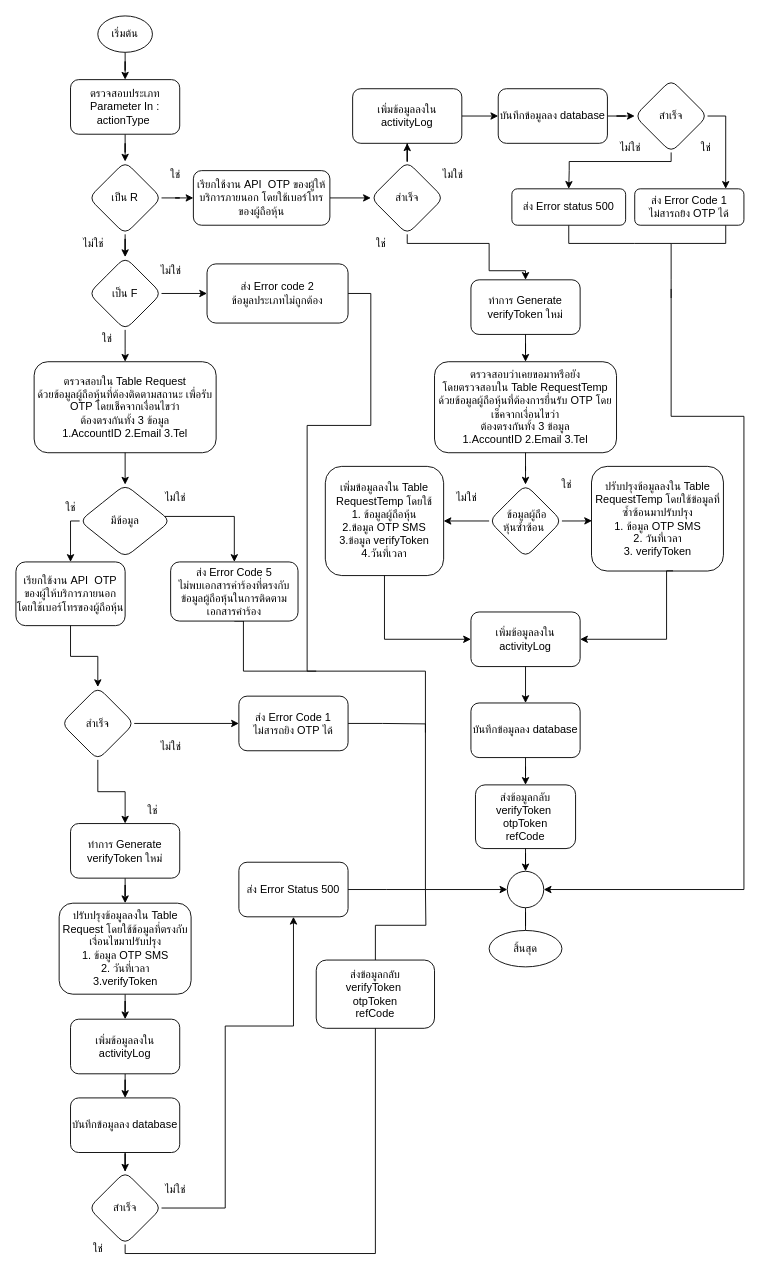
Earlier version of the draw.io diagram RequestOTPByTel.drawio (charifrodmanee/charifrodmanee). Source tidied: cells renumbered, new cells numbered last; positions are measured from the earlier drawing's top-left corner, leaving out a move shared by most shapes. Both pictures are drawn from the tidied source at 91%, with x=0, y=0 at pixel (15, 15).
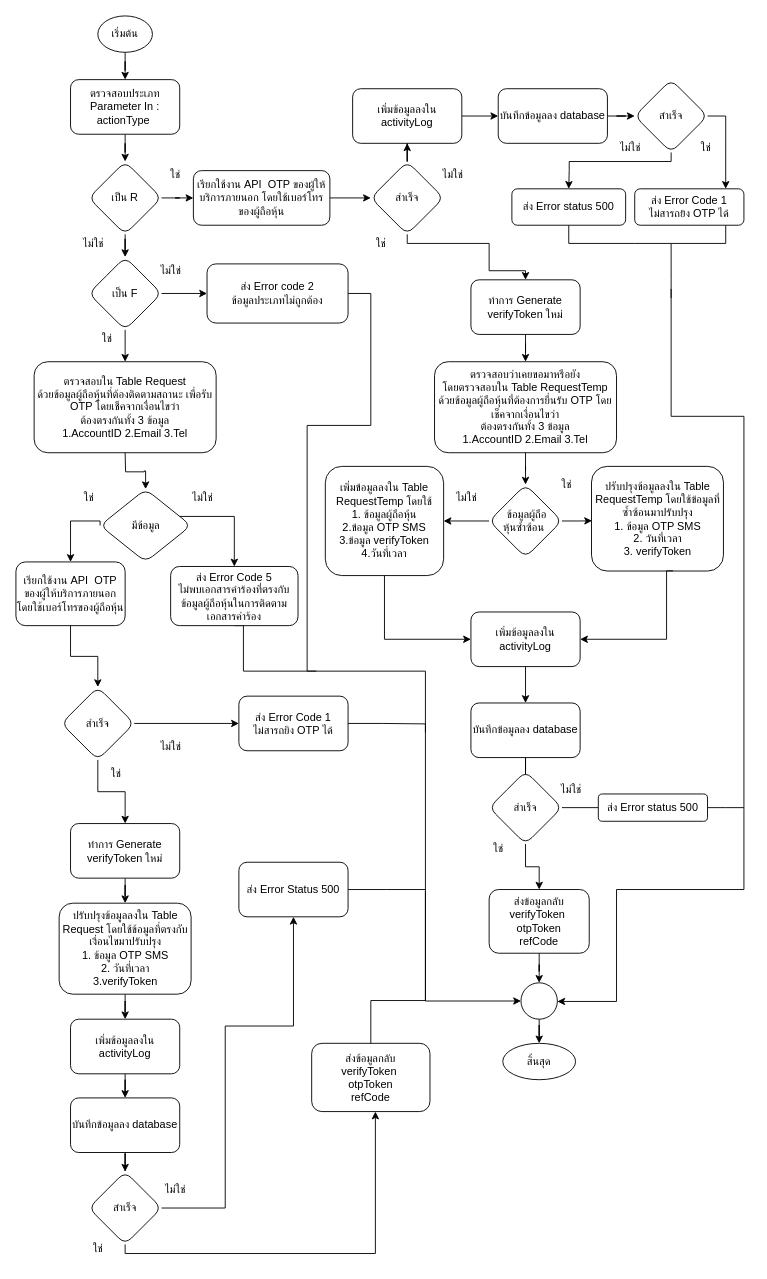
The same page after the edit.

The change refers to these unchanged cells:
```xml
<mxCell id="57" value="บันทึกข้อมูลลง database" style="whiteSpace=wrap;html=1;rounded=1;" parent="1" vertex="1">
  <mxGeometry x="500" y="755" width="120" height="60" as="geometry" />
</mxCell>
<mxCell id="60" value="ส่ง Error code 2&lt;br&gt;ข้อมูลประเภทไม่ถูกต้อง" style="whiteSpace=wrap;html=1;rounded=1;" parent="1" vertex="1">
  <mxGeometry x="210" y="272.5" width="155" height="65" as="geometry" />
</mxCell>
<mxCell id="86" value="สำเร็จ" style="rhombus;whiteSpace=wrap;html=1;rounded=1;" parent="1" vertex="1">
  <mxGeometry x="80" y="1270" width="80" height="80" as="geometry" />
</mxCell>
```

Diff of the diagram source:
```diff
@@
-    <mxCell id="51" style="edgeStyle=orthogonalEdgeStyle;rounded=0;jettySize=auto;html=1;entryX=1;entryY=0.5;entryDx=0;entryDy=0;" parent="1" edge="1" target="54">
+    <mxCell id="51" style="edgeStyle=orthogonalEdgeStyle;rounded=0;jettySize=auto;html=1;" parent="1" edge="1" target="54">
       <mxGeometry relative="1" as="geometry">
         <mxPoint x="720" y="300" as="sourcePoint" />
         <Array as="points">
           <mxPoint x="720" y="440" />
           <mxPoint x="800" y="440" />
           <mxPoint x="800" y="960" />
+          <mxPoint x="660" y="960" />
+          <mxPoint x="660" y="1083" />
         </Array>
       </mxGeometry>
     </mxCell>
     <mxCell id="52" value="ส่งข้อมูลกลับ&lt;br&gt;verifyToken&amp;nbsp;&lt;br&gt;otpToken&lt;br&gt;refCode" style="whiteSpace=wrap;html=1;rounded=1;" parent="1" vertex="1">
-      <mxGeometry x="505" y="845" width="110" height="70" as="geometry" />
+      <mxGeometry x="520" y="960" width="110" height="70" as="geometry" />
     </mxCell>
-    <mxCell id="53" style="edgeStyle=orthogonalEdgeStyle;rounded=0;jettySize=auto;html=1;endArrow=none;endFill=0;" parent="1" edge="1" source="54" target="95">
+    <mxCell id="53" style="edgeStyle=orthogonalEdgeStyle;rounded=0;jettySize=auto;html=1;endArrow=classic;endFill=1;" parent="1" edge="1" source="54" target="95">
       <mxGeometry relative="1" as="geometry" />
     </mxCell>
     <mxCell id="54" style="ellipse;whiteSpace=wrap;html=1;" parent="1" vertex="1">
-      <mxGeometry x="540" y="940" width="40" height="40" as="geometry" />
+      <mxGeometry x="555" y="1062.5" width="40" height="40" as="geometry" />
     </mxCell>
@@
-    <mxCell id="56" style="edgeStyle=orthogonalEdgeStyle;rounded=0;jettySize=auto;html=1;endArrow=classic;endFill=1;" parent="1" edge="1" source="57" target="52">
-      <mxGeometry relative="1" as="geometry" />
-    </mxCell>
+    <mxCell id="96" style="edgeStyle=orthogonalEdgeStyle;rounded=0;jettySize=auto;html=1;endArrow=none;endFill=0;" parent="1" edge="1" source="57" target="99">
+      <mxGeometry relative="1" as="geometry" />
+    </mxCell>
@@
     <mxCell id="59" style="edgeStyle=orthogonalEdgeStyle;rounded=0;jettySize=auto;html=1;entryX=0;entryY=0.5;entryDx=0;entryDy=0;endArrow=classic;endFill=1;exitX=1;exitY=0.5;exitDx=0;exitDy=0;" parent="1" edge="1" source="60" target="54">
       <mxGeometry relative="1" as="geometry">
         <Array as="points">
           <mxPoint x="390" y="305" />
           <mxPoint x="390" y="450" />
           <mxPoint x="320" y="450" />
           <mxPoint x="320" y="720" />
           <mxPoint x="450" y="720" />
-          <mxPoint x="450" y="960" />
+          <mxPoint x="450" y="1083" />
         </Array>
       </mxGeometry>
     </mxCell>
@@
     <mxCell id="63" value="มีข้อมูล" style="rhombus;whiteSpace=wrap;html=1;rounded=1;" parent="1" vertex="1">
-      <mxGeometry x="70" y="515" width="100" height="80" as="geometry" />
+      <mxGeometry x="92.5" y="520" width="100" height="80" as="geometry" />
     </mxCell>
     <mxCell id="64" value="ใช่" style="text;html=1;align=center;verticalAlign=middle;strokeColor=none;fillColor=none;" parent="1" vertex="1">
-      <mxGeometry x="40" y="525" width="40" height="30" as="geometry" />
+      <mxGeometry x="60" y="515" width="40" height="30" as="geometry" />
     </mxCell>
     <mxCell id="65" value="ไม่ใช่" style="text;html=1;align=center;verticalAlign=middle;strokeColor=none;fillColor=none;" parent="1" vertex="1">
-      <mxGeometry x="150" y="515" width="50" height="30" as="geometry" />
+      <mxGeometry x="180" y="515" width="50" height="30" as="geometry" />
     </mxCell>
     <mxCell id="66" value="ส่ง Error Code 5&lt;br&gt;ไม่พบเอกสารคำร้องที่ตรงกับข้อมูลผู้ถือหุ้นในการติดตามเอกสารคำร้อง" style="whiteSpace=wrap;html=1;rounded=1;" parent="1" vertex="1">
-      <mxGeometry x="170" y="600" width="140" height="65" as="geometry" />
+      <mxGeometry x="170" y="605" width="140" height="65" as="geometry" />
     </mxCell>
@@
     <mxCell id="76" value="ใช่" style="text;html=1;align=center;verticalAlign=middle;strokeColor=none;fillColor=none;" parent="1" vertex="1">
-      <mxGeometry x="130" y="857.5" width="40" height="30" as="geometry" />
+      <mxGeometry x="90" y="817.5" width="40" height="30" as="geometry" />
     </mxCell>
@@
-    <mxCell id="83" style="edgeStyle=orthogonalEdgeStyle;rounded=0;jettySize=auto;html=1;endArrow=none;endFill=0;" parent="1" edge="1" source="84">
+    <mxCell id="83" style="edgeStyle=orthogonalEdgeStyle;rounded=0;orthogonalLoop=1;jettySize=auto;html=1;endArrow=none;endFill=0;" parent="1" edge="1">
       <mxGeometry relative="1" as="geometry">
-        <mxPoint x="450" y="960" as="targetPoint" />
+        <mxPoint x="390" y="1131" as="sourcePoint" />
+        <mxPoint x="450" y="962" as="targetPoint" />
+        <Array as="points">
+          <mxPoint x="390" y="1082" />
+          <mxPoint x="450" y="1082" />
+        </Array>
       </mxGeometry>
     </mxCell>
     <mxCell id="84" value="ส่งข้อมูลกลับ&lt;br&gt;verifyToken&amp;nbsp;&lt;br&gt;otpToken&lt;br&gt;refCode" style="whiteSpace=wrap;html=1;rounded=1;" parent="1" vertex="1">
-      <mxGeometry x="330" y="1037.5" width="130" height="75" as="geometry" />
+      <mxGeometry x="325" y="1129" width="130" height="75" as="geometry" />
     </mxCell>
-    <mxCell id="85" style="edgeStyle=orthogonalEdgeStyle;rounded=0;jettySize=auto;html=1;endArrow=none;endFill=0;" parent="1" edge="1" source="86" target="84">
+    <mxCell id="85" style="edgeStyle=orthogonalEdgeStyle;rounded=0;jettySize=auto;html=1;endArrow=classic;endFill=1;" parent="1" edge="1" source="86" target="84">
       <mxGeometry relative="1" as="geometry">
         <Array as="points">
           <mxPoint x="120" y="1360" />
           <mxPoint x="395" y="1360" />
         </Array>
       </mxGeometry>
     </mxCell>
@@
     <mxCell id="95" value="สิ้นสุด" style="ellipse;whiteSpace=wrap;html=1;" parent="1" vertex="1">
-      <mxGeometry x="520" y="1005" width="80" height="40" as="geometry" />
+      <mxGeometry x="535" y="1129" width="80" height="40" as="geometry" />
     </mxCell>
+    <mxCell id="97" style="edgeStyle=orthogonalEdgeStyle;rounded=0;jettySize=auto;html=1;endArrow=none;endFill=0;" parent="1" edge="1" source="99" target="101">
+      <mxGeometry relative="1" as="geometry" />
+    </mxCell>
+    <mxCell id="98" style="edgeStyle=orthogonalEdgeStyle;rounded=0;jettySize=auto;html=1;endArrow=classic;endFill=1;" parent="1" edge="1" source="99" target="52">
+      <mxGeometry relative="1" as="geometry" />
+    </mxCell>
+    <mxCell id="99" value="สำเร็จ" style="rhombus;whiteSpace=wrap;html=1;rounded=1;" parent="1" vertex="1">
+      <mxGeometry x="520" y="830" width="80" height="80" as="geometry" />
+    </mxCell>
+    <mxCell id="100" style="edgeStyle=orthogonalEdgeStyle;rounded=0;jettySize=auto;html=1;endArrow=none;endFill=0;" parent="1" edge="1" source="101">
+      <mxGeometry relative="1" as="geometry">
+        <mxPoint x="800" y="870" as="targetPoint" />
+      </mxGeometry>
+    </mxCell>
+    <mxCell id="101" value="ส่ง Error status 500" style="whiteSpace=wrap;html=1;rounded=1;" parent="1" vertex="1">
+      <mxGeometry x="640" y="855" width="120" height="30" as="geometry" />
+    </mxCell>
+    <mxCell id="102" value="ไม่ใช่" style="text;html=1;align=center;verticalAlign=middle;strokeColor=none;fillColor=none;" parent="1" vertex="1">
+      <mxGeometry x="585" y="835" width="50" height="30" as="geometry" />
+    </mxCell>
+    <mxCell id="103" value="ใช่" style="text;html=1;align=center;verticalAlign=middle;strokeColor=none;fillColor=none;" parent="1" vertex="1">
+      <mxGeometry x="510" y="900" width="40" height="30" as="geometry" />
+    </mxCell>
```
